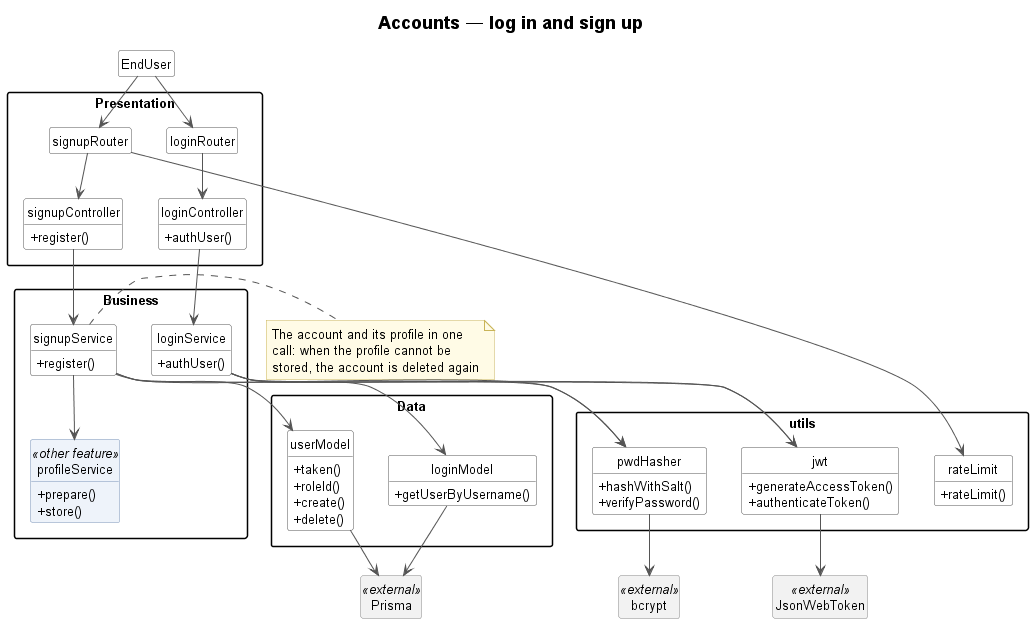
Before: docs/UML/sprint4/01-accounts.png, a diagram exported from PlantUML (TPI2026-NewsGenerator/NewsGenerator-Backend). Its diagram source:
```plantuml
@startuml 01-accounts
!include _style.iuml
title Accounts — log in and sign up

class EndUser
package "Presentation" {
    class loginRouter
    class signupRouter
    class loginController {
        + authUser()
    }
    class signupController {
        + register()
    }
}
package "Business" {
    class loginService {
        + authUser()
    }
    class signupService {
        + register()
    }
    class profileService <<other feature>> {
        + prepare()
        + store()
    }
}
note right of signupService
    The account and its profile in one
    call: when the profile cannot be
    stored, the account is deleted again
end note
package "Data" {
    class loginModel {
        + getUserByUsername()
    }
    class userModel {
        + taken()
        + roleId()
        + create()
        + delete()
    }
}
package "utils" {
    class pwdHasher {
        + hashWithSalt()
        + verifyPassword()
    }
    class jwt {
        + generateAccessToken()
        + authenticateToken()
    }
    class rateLimit {
        + rateLimit()
    }
}
class bcrypt <<external>>
class JsonWebToken <<external>>
class Prisma <<external>>

EndUser --> loginRouter
EndUser --> signupRouter
loginRouter --> loginController
signupRouter --> rateLimit
signupRouter --> signupController
loginController --> loginService
signupController --> signupService
loginService --> loginModel
loginService --> pwdHasher
loginService --> jwt
signupService --> userModel
signupService --> profileService
signupService --> pwdHasher
signupService --> jwt
pwdHasher --> bcrypt
jwt --> JsonWebToken
loginModel --> Prisma
userModel --> Prisma
@enduml
```
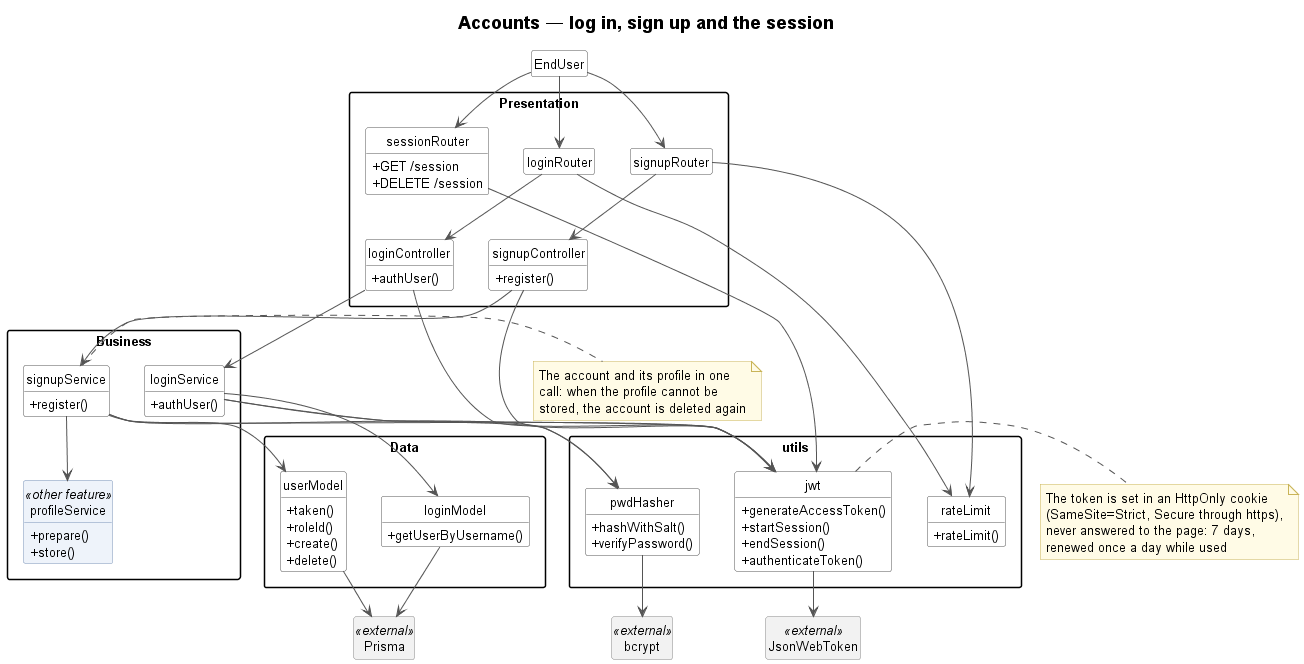
Above is the later version.

Commit message:
Let link previews through basic_auth, update the diagrams

What changed in the source:
```diff
@@ -1,11 +1,15 @@
 @startuml 01-accounts
 !include _style.iuml
-title Accounts — log in and sign up
+title Accounts — log in, sign up and the session
 
 class EndUser
 package "Presentation" {
     class loginRouter
     class signupRouter
+    class sessionRouter {
+        + GET /session
+        + DELETE /session
+    }
     class loginController {
         + authUser()
     }
@@ -48,23 +52,36 @@
     }
     class jwt {
         + generateAccessToken()
+        + startSession()
+        + endSession()
         + authenticateToken()
     }
     class rateLimit {
         + rateLimit()
     }
 }
+note right of jwt
+    The token is set in an HttpOnly cookie
+    (SameSite=Strict, Secure through https),
+    never answered to the page: 7 days,
+    renewed once a day while used
+end note
 class bcrypt <<external>>
 class JsonWebToken <<external>>
 class Prisma <<external>>
 
 EndUser --> loginRouter
 EndUser --> signupRouter
+EndUser --> sessionRouter
+loginRouter --> rateLimit
 loginRouter --> loginController
+sessionRouter --> jwt
 signupRouter --> rateLimit
 signupRouter --> signupController
 loginController --> loginService
+loginController --> jwt
 signupController --> signupService
+signupController --> jwt
 loginService --> loginModel
 loginService --> pwdHasher
 loginService --> jwt
```
